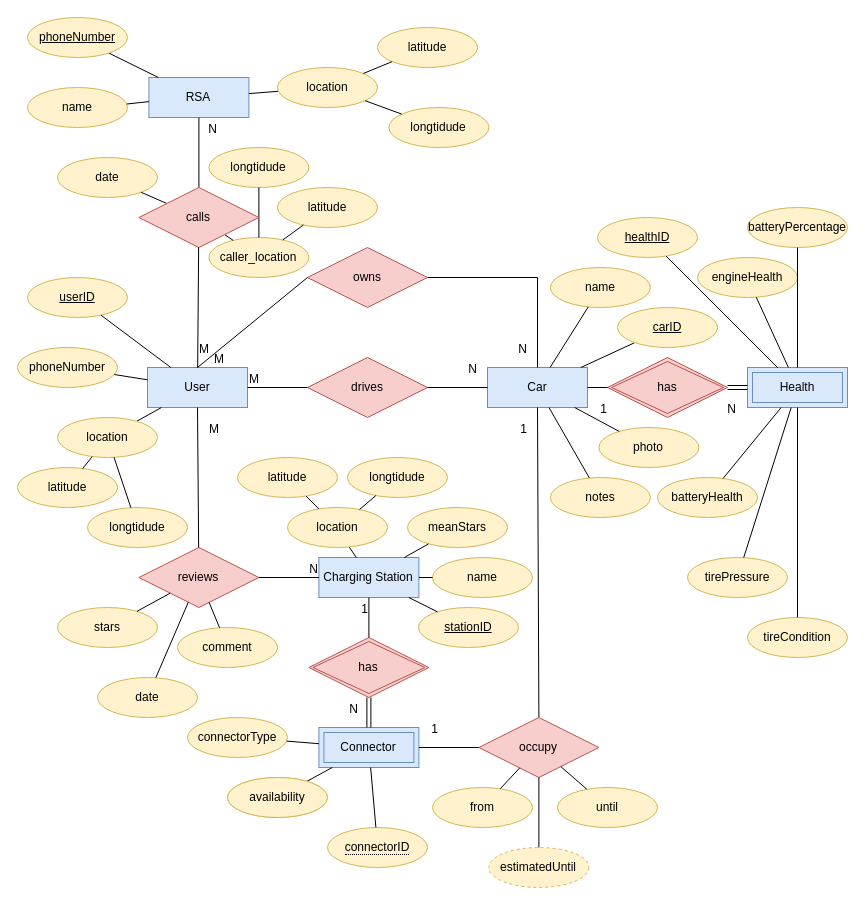
The draw.io diagram EVPoint ERdiagram.drawio in johnkouk469/DatabasesCourse2021, before the edit. Source tidied: cells renumbered, new cells numbered last; positions are measured from the earlier drawing's top-left corner, leaving out a move shared by most shapes. Both pictures are drawn from the tidied source at 100%, with x=0, y=0 at pixel (17, 17).
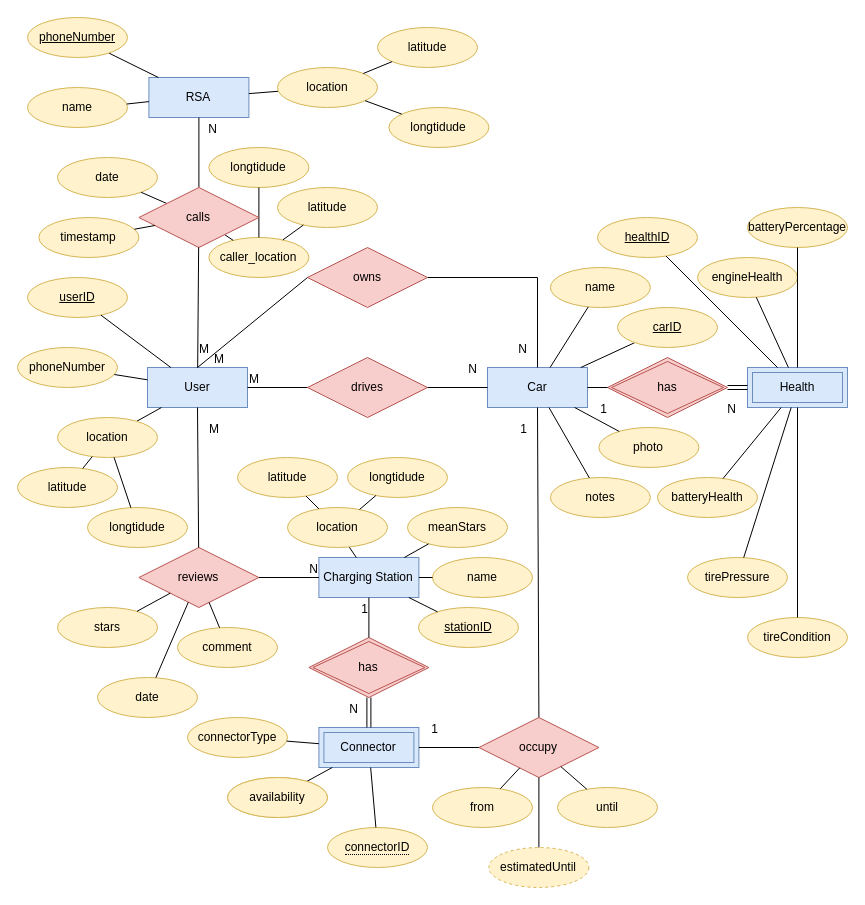
Above is the later version.

The change refers to these unchanged cells:
```xml
<mxCell id="113" value="calls" style="shape=rhombus;perimeter=rhombusPerimeter;whiteSpace=wrap;html=1;align=center;fillColor=#f8cecc;strokeColor=#b85450;" parent="1" vertex="1">
  <mxGeometry x="121.4" y="170" width="120" height="60" as="geometry" />
</mxCell>
```

The edit, as a diff of the source:
```diff
@@
+    <mxCell id="121" value="&lt;div&gt;timestamp&lt;/div&gt;" style="ellipse;whiteSpace=wrap;html=1;align=center;fillColor=#fff2cc;strokeColor=#d6b656;" parent="1" vertex="1">
+      <mxGeometry x="21.4" y="200" width="100" height="40" as="geometry" />
+    </mxCell>
+    <mxCell id="122" style="endArrow=none;html=1;rounded=0;" parent="1" edge="1" source="121" target="113">
+      <mxGeometry relative="1" as="geometry" />
+    </mxCell>
```
